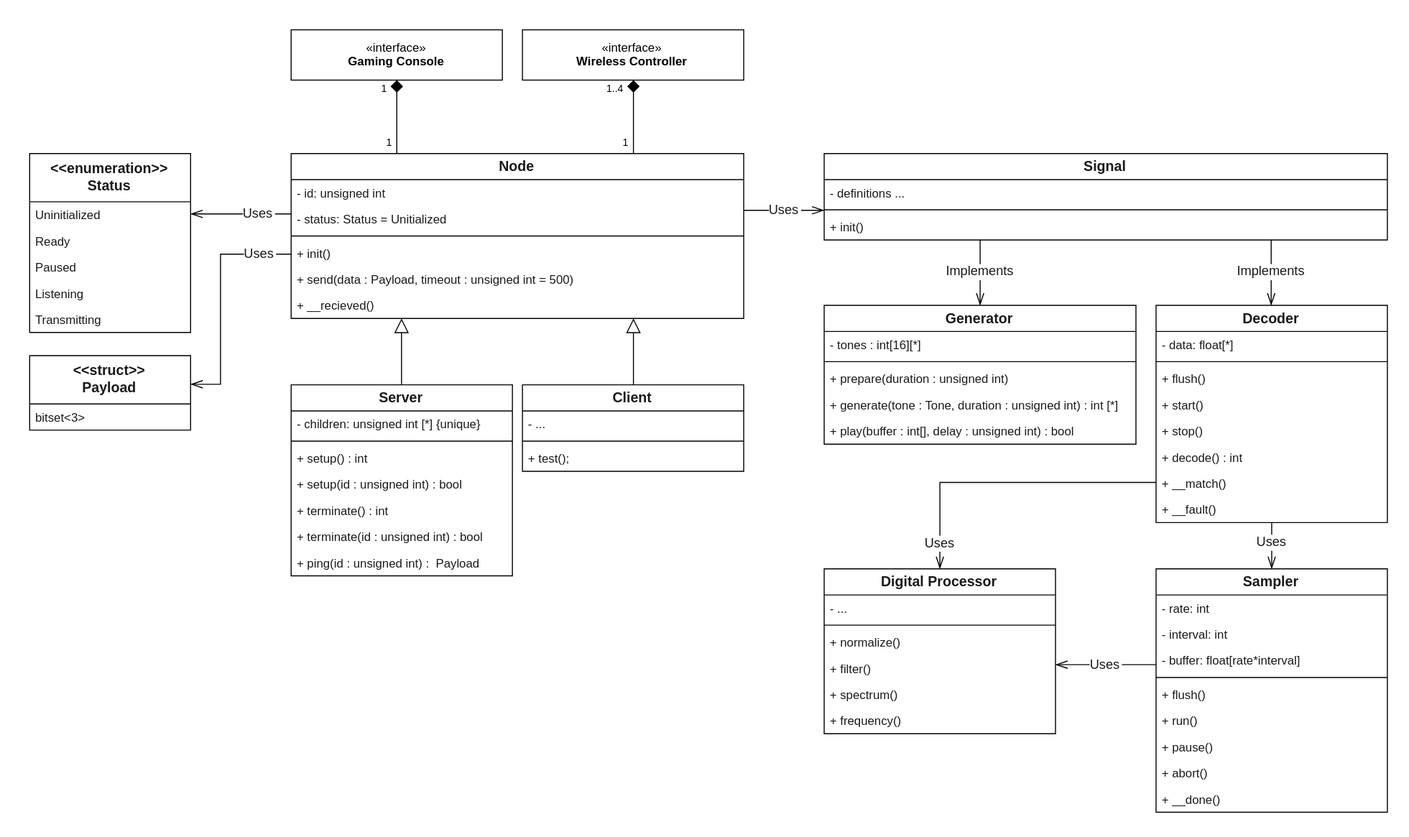
Above: assets/dtmf-system.svg in martinandrovich/dtmf-system (draw.io), before the change. Source tidied: cells renumbered, new cells last; positions are measured from the earlier drawing's top-left corner, leaving out a move shared by most shapes.
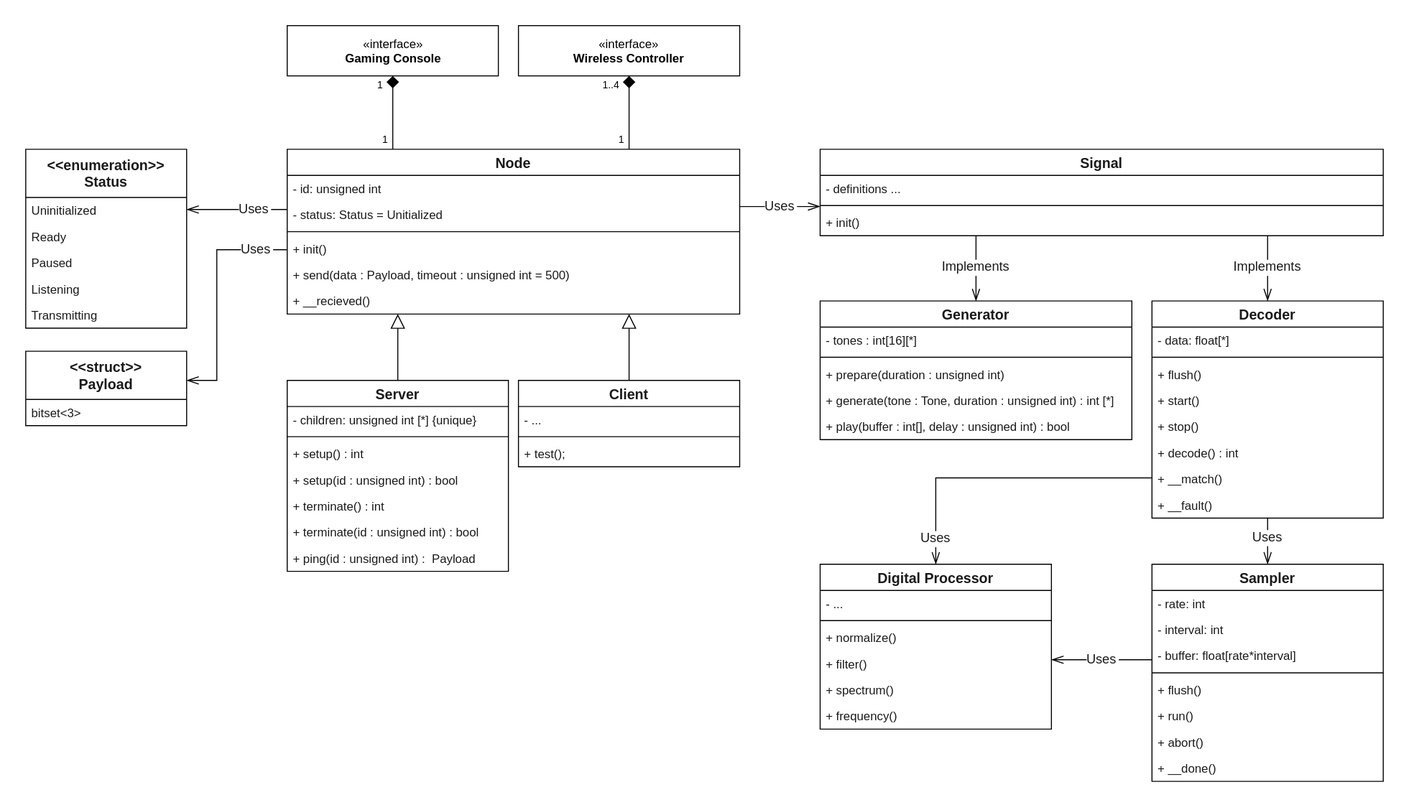
After the commit.

Diff of the diagram source:
```diff
@@ -182,7 +182,7 @@
       <mxGeometry y="60" width="560" height="26" as="geometry" />
     </mxCell>
     <mxCell id="49" value="Sampler" style="swimlane;fontStyle=1;align=center;verticalAlign=top;horizontal=1;startSize=26;swimlaneFillColor=#ffffff;rounded=0;shadow=0;glass=0;comic=0;labelBackgroundColor=none;strokeColor=#000000;fillColor=none;gradientColor=none;fontSize=14;fontColor=#1A1A1A;spacing=0;" parent="1" vertex="1">
-      <mxGeometry x="1120" y="536" width="230" height="242" as="geometry" />
+      <mxGeometry x="1120" y="536" width="230" height="216" as="geometry" />
     </mxCell>
     <mxCell id="50" value="- rate: int&#10;" style="text;strokeColor=none;fillColor=none;align=left;verticalAlign=top;spacingLeft=4;spacingRight=4;overflow=hidden;fontColor=#1A1A1A;" parent="49" vertex="1">
       <mxGeometry y="26" width="230" height="26" as="geometry" />
@@ -202,14 +202,11 @@
     <mxCell id="55" value="+ run()&#10;" style="text;strokeColor=none;fillColor=none;align=left;verticalAlign=top;spacingLeft=4;spacingRight=4;overflow=hidden;fontColor=#1A1A1A;" parent="49" vertex="1">
       <mxGeometry y="138" width="230" height="26" as="geometry" />
     </mxCell>
-    <mxCell id="56" value="+ pause()" style="text;strokeColor=none;fillColor=none;align=left;verticalAlign=top;spacingLeft=4;spacingRight=4;overflow=hidden;fontColor=#1A1A1A;" parent="49" vertex="1">
-      <mxGeometry y="164" width="230" height="26" as="geometry" />
-    </mxCell>
     <mxCell id="57" value="+ abort()" style="text;strokeColor=none;fillColor=none;align=left;verticalAlign=top;spacingLeft=4;spacingRight=4;overflow=hidden;fontColor=#1A1A1A;" parent="49" vertex="1">
-      <mxGeometry y="190" width="230" height="26" as="geometry" />
+      <mxGeometry y="164" width="230" height="26" as="geometry" />
     </mxCell>
     <mxCell id="58" value="+ __done()&#10;" style="text;strokeColor=none;fillColor=none;align=left;verticalAlign=top;spacingLeft=4;spacingRight=4;overflow=hidden;fontColor=#1A1A1A;" parent="49" vertex="1">
-      <mxGeometry y="216" width="230" height="26" as="geometry" />
+      <mxGeometry y="190" width="230" height="26" as="geometry" />
     </mxCell>
     <mxCell id="59" value="Decoder" style="swimlane;fontStyle=1;align=center;verticalAlign=top;horizontal=1;startSize=26;swimlaneFillColor=#ffffff;rounded=0;shadow=0;glass=0;comic=0;labelBackgroundColor=none;strokeColor=#000000;fillColor=none;gradientColor=none;fontSize=14;fontColor=#1A1A1A;spacing=0;" parent="1" vertex="1">
       <mxGeometry x="1120" y="274" width="230" height="216" as="geometry" />
```
